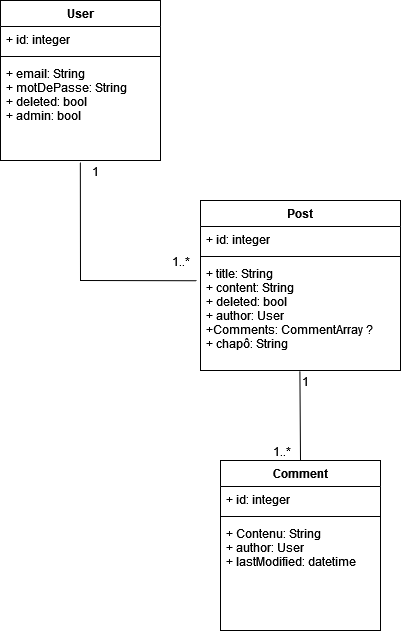
The draw.io diagram UML/class diagrams/class diagram.drawio.png in AlexisT37/p5myblog, before a commit. Source tidied: cells renumbered, new cells last; positions are measured from the earlier drawing's top-left corner, leaving out a move shared by most shapes. The source it was exported from:
```xml
<mxGraphModel>
  <root>
    <mxCell id="0" />
    <mxCell id="1" parent="0" />
    <mxCell id="2" value="User" style="swimlane;fontStyle=1;align=center;verticalAlign=top;horizontal=1;startSize=26;" parent="1" vertex="1">
      <mxGeometry width="160" height="160" as="geometry" />
    </mxCell>
    <mxCell id="3" value="+ id: integer" style="text;strokeColor=none;fillColor=none;align=left;verticalAlign=top;spacingLeft=4;spacingRight=4;overflow=hidden;" parent="2" vertex="1">
      <mxGeometry y="26" width="160" height="26" as="geometry" />
    </mxCell>
    <mxCell id="4" style="line;strokeWidth=1;fillColor=none;align=left;verticalAlign=middle;spacingTop=-1;spacingLeft=3;spacingRight=3;labelPosition=right;" parent="2" vertex="1">
      <mxGeometry y="52" width="160" height="8" as="geometry" />
    </mxCell>
    <mxCell id="5" value="+ email: String&#10;+ motDePasse: String&#10;+ deleted: bool&#10;+ admin: bool&#10;" style="text;strokeColor=none;fillColor=none;align=left;verticalAlign=top;spacingLeft=4;spacingRight=4;overflow=hidden;points=[[0,0.5],[1,0.5]];portConstraint=eastwest;" parent="2" vertex="1">
      <mxGeometry y="60" width="160" height="100" as="geometry" />
    </mxCell>
    <mxCell id="6" value="Post" style="swimlane;fontStyle=1;align=center;verticalAlign=top;horizontal=1;startSize=26;" parent="1" vertex="1">
      <mxGeometry x="200" y="200" width="200" height="170" as="geometry" />
    </mxCell>
    <mxCell id="7" value="+ id: integer" style="text;strokeColor=none;fillColor=none;align=left;verticalAlign=top;spacingLeft=4;spacingRight=4;overflow=hidden;" parent="6" vertex="1">
      <mxGeometry y="26" width="200" height="26" as="geometry" />
    </mxCell>
    <mxCell id="8" style="line;strokeWidth=1;fillColor=none;align=left;verticalAlign=middle;spacingTop=-1;spacingLeft=3;spacingRight=3;labelPosition=right;" parent="6" vertex="1">
      <mxGeometry y="52" width="200" height="8" as="geometry" />
    </mxCell>
    <mxCell id="9" value="+ title: String&#10;+ content: String&#10;+ deleted: bool&#10;+ author: User&#10;+Comments: CommentArray ?&#10;+ chapô: String&#10;&#10;" style="text;strokeColor=none;fillColor=none;align=left;verticalAlign=top;spacingLeft=4;spacingRight=4;overflow=hidden;points=[[0,0.5],[1,0.5]];portConstraint=eastwest;" parent="6" vertex="1">
      <mxGeometry y="60" width="200" height="110" as="geometry" />
    </mxCell>
    <mxCell id="10" style="endArrow=none;html=1;rounded=0;exitX=0.499;exitY=1.019;exitDx=0;exitDy=0;exitPerimeter=0;entryX=-0.019;entryY=0.184;entryDx=0;entryDy=0;entryPerimeter=0;" parent="1" edge="1" source="5" target="9">
      <mxGeometry relative="1" as="geometry">
        <Array as="points">
          <mxPoint x="80" y="280" />
        </Array>
      </mxGeometry>
    </mxCell>
    <mxCell id="11" value="1" style="html=1;align=left;verticalAlign=bottom;" parent="10" vertex="1">
      <mxGeometry x="-1" relative="1" as="geometry">
        <mxPoint x="10" y="18" as="offset" />
      </mxGeometry>
    </mxCell>
    <mxCell id="12" style="html=1;align=right;verticalAlign=bottom;" parent="10" vertex="1">
      <mxGeometry x="1" relative="1" as="geometry" />
    </mxCell>
    <mxCell id="13" value="Comment" style="swimlane;fontStyle=1;align=center;verticalAlign=top;horizontal=1;startSize=26;" parent="1" vertex="1">
      <mxGeometry x="220" y="460" width="160" height="170" as="geometry" />
    </mxCell>
    <mxCell id="14" value="+ id: integer" style="text;strokeColor=none;fillColor=none;align=left;verticalAlign=top;spacingLeft=4;spacingRight=4;overflow=hidden;" parent="13" vertex="1">
      <mxGeometry y="26" width="160" height="26" as="geometry" />
    </mxCell>
    <mxCell id="15" style="line;strokeWidth=1;fillColor=none;align=left;verticalAlign=middle;spacingTop=-1;spacingLeft=3;spacingRight=3;labelPosition=right;" parent="13" vertex="1">
      <mxGeometry y="52" width="160" height="8" as="geometry" />
    </mxCell>
    <mxCell id="16" value="+ Contenu: String&#10;+ author: User&#10;+ lastModified: datetime&#10;" style="text;strokeColor=none;fillColor=none;align=left;verticalAlign=top;spacingLeft=4;spacingRight=4;overflow=hidden;" parent="13" vertex="1">
      <mxGeometry y="60" width="160" height="110" as="geometry" />
    </mxCell>
    <mxCell id="17" style="endArrow=none;html=1;rounded=0;exitX=0.5;exitY=0;exitDx=0;exitDy=0;entryX=0.497;entryY=1.006;entryDx=0;entryDy=0;entryPerimeter=0;" parent="1" edge="1" source="13" target="9">
      <mxGeometry relative="1" as="geometry" />
    </mxCell>
    <mxCell id="18" value="1" style="html=1;align=left;verticalAlign=bottom;" parent="17" vertex="1">
      <mxGeometry x="-1" relative="1" as="geometry">
        <mxPoint y="-70" as="offset" />
      </mxGeometry>
    </mxCell>
    <mxCell id="19" value="1..*" style="html=1;align=right;verticalAlign=bottom;" parent="17" vertex="1">
      <mxGeometry x="1" relative="1" as="geometry">
        <mxPoint x="-8" y="89" as="offset" />
      </mxGeometry>
    </mxCell>
    <mxCell id="20" value="1..*" style="html=1;align=right;verticalAlign=bottom;" parent="1" vertex="1">
      <mxGeometry x="190" y="270" as="geometry" />
    </mxCell>
  </root>
</mxGraphModel>
```
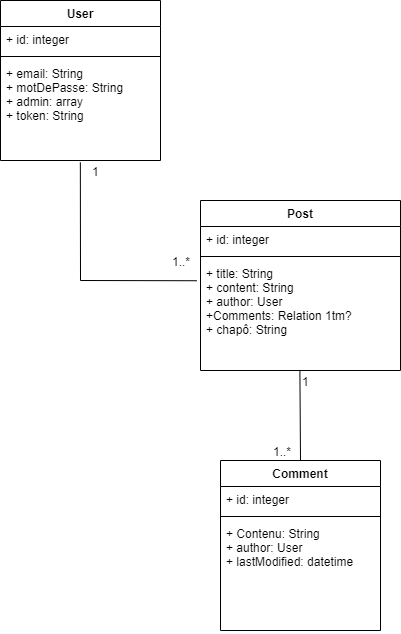
The same file after the commit.

Commit message:
class model

What changed in the source:
```diff
@@ -11,7 +11,7 @@
     <mxCell id="4" style="line;strokeWidth=1;fillColor=none;align=left;verticalAlign=middle;spacingTop=-1;spacingLeft=3;spacingRight=3;labelPosition=right;" parent="2" vertex="1">
       <mxGeometry y="52" width="160" height="8" as="geometry" />
     </mxCell>
-    <mxCell id="5" value="+ email: String&#10;+ motDePasse: String&#10;+ deleted: bool&#10;+ admin: bool&#10;" style="text;strokeColor=none;fillColor=none;align=left;verticalAlign=top;spacingLeft=4;spacingRight=4;overflow=hidden;points=[[0,0.5],[1,0.5]];portConstraint=eastwest;" parent="2" vertex="1">
+    <mxCell id="5" value="+ email: String&#10;+ motDePasse: String&#10;+ admin: array&#10;+ token: String&#10;" style="text;strokeColor=none;fillColor=none;align=left;verticalAlign=top;spacingLeft=4;spacingRight=4;overflow=hidden;points=[[0,0.5],[1,0.5]];portConstraint=eastwest;" parent="2" vertex="1">
       <mxGeometry y="60" width="160" height="100" as="geometry" />
     </mxCell>
     <mxCell id="6" value="Post" style="swimlane;fontStyle=1;align=center;verticalAlign=top;horizontal=1;startSize=26;" parent="1" vertex="1">
@@ -23,7 +23,7 @@
     <mxCell id="8" style="line;strokeWidth=1;fillColor=none;align=left;verticalAlign=middle;spacingTop=-1;spacingLeft=3;spacingRight=3;labelPosition=right;" parent="6" vertex="1">
       <mxGeometry y="52" width="200" height="8" as="geometry" />
     </mxCell>
-    <mxCell id="9" value="+ title: String&#10;+ content: String&#10;+ deleted: bool&#10;+ author: User&#10;+Comments: CommentArray ?&#10;+ chapô: String&#10;&#10;" style="text;strokeColor=none;fillColor=none;align=left;verticalAlign=top;spacingLeft=4;spacingRight=4;overflow=hidden;points=[[0,0.5],[1,0.5]];portConstraint=eastwest;" parent="6" vertex="1">
+    <mxCell id="9" value="+ title: String&#10;+ content: String&#10;+ author: User&#10;+Comments: Relation 1tm?&#10;+ chapô: String&#10;&#10;" style="text;strokeColor=none;fillColor=none;align=left;verticalAlign=top;spacingLeft=4;spacingRight=4;overflow=hidden;points=[[0,0.5],[1,0.5]];portConstraint=eastwest;" parent="6" vertex="1">
       <mxGeometry y="60" width="200" height="110" as="geometry" />
     </mxCell>
     <mxCell id="10" style="endArrow=none;html=1;rounded=0;exitX=0.499;exitY=1.019;exitDx=0;exitDy=0;exitPerimeter=0;entryX=-0.019;entryY=0.184;entryDx=0;entryDy=0;entryPerimeter=0;" parent="1" edge="1" source="5" target="9">
```
